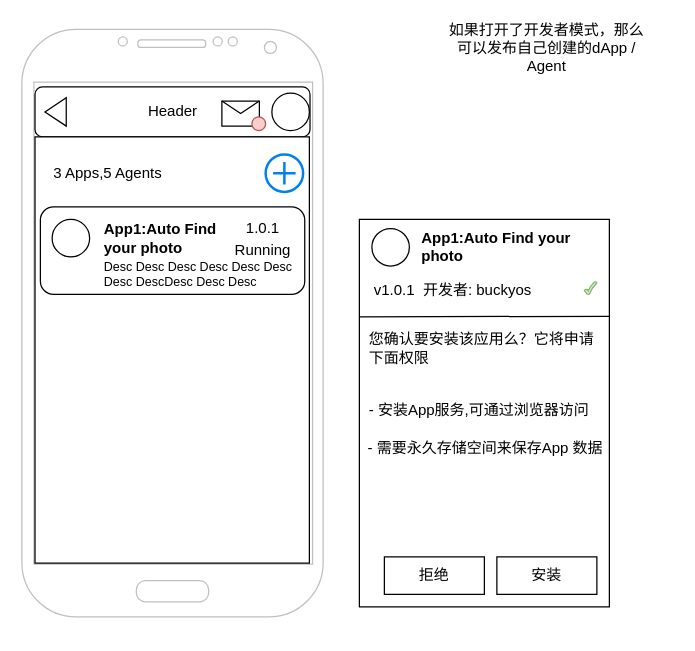
buckyos/buckyos keeps this draw.io diagram as page "dAppList" (6 of 12) of doc/PRD/zone UI.drawio. Above is the earlier version. Source tidied: cells renumbered, new cells numbered last; positions are measured from the earlier drawing's top-left corner, leaving out a move shared by most shapes. Both pictures are drawn from the tidied source at 125%, with x=0, y=0 at pixel (21, 29).
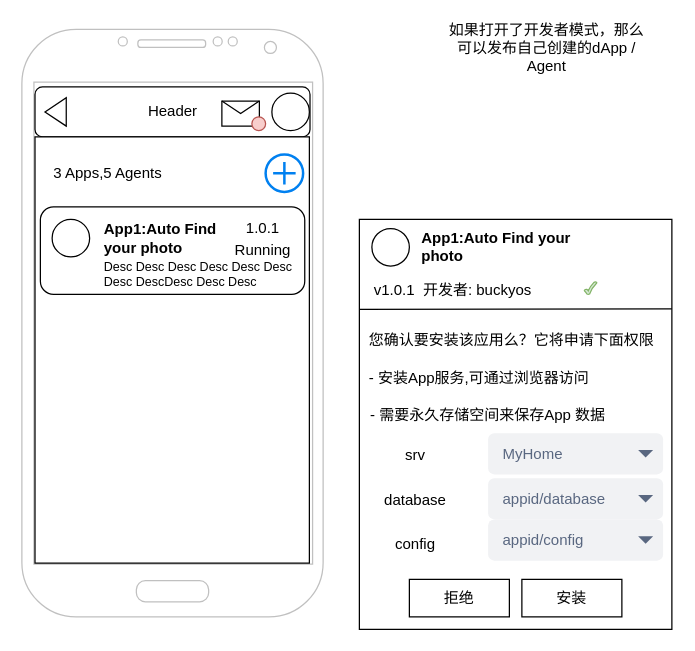
The same diagram, later.

The edit, as a diff of the source:
```diff
@@
     <mxCell id="17" style="rounded=0;whiteSpace=wrap;html=1;" parent="1" vertex="1">
-      <mxGeometry x="270" y="152" width="200" height="310" as="geometry" />
+      <mxGeometry x="270" y="152" width="250" height="328" as="geometry" />
     </mxCell>
@@
-    <mxCell id="21" style="endArrow=none;html=1;rounded=0;entryX=1;entryY=0.25;entryDx=0;entryDy=0;" parent="1" edge="1" target="17">
+    <mxCell id="21" style="endArrow=none;html=1;rounded=0;entryX=1;entryY=0.25;entryDx=0;entryDy=0;" parent="1" edge="1">
       <mxGeometry relative="1" as="geometry">
-        <mxPoint x="270" y="230" as="sourcePoint" />
+        <mxPoint x="270" y="224" as="sourcePoint" />
+        <mxPoint x="520" y="223.5" as="targetPoint" />
       </mxGeometry>
     </mxCell>
     <mxCell id="22" value="您确认要安装该应用么？它将申请下面权限" style="text;html=1;align=left;verticalAlign=middle;whiteSpace=wrap;rounded=0;" parent="1" vertex="1">
-      <mxGeometry x="276" y="240" width="190" height="30" as="geometry" />
+      <mxGeometry x="276" y="234" width="234" height="30" as="geometry" />
     </mxCell>
     <mxCell id="23" value="- 需要永久存储空间来保存App 数据" style="text;html=1;align=center;verticalAlign=middle;whiteSpace=wrap;rounded=0;" parent="1" vertex="1">
-      <mxGeometry x="274" y="320" width="194" height="30" as="geometry" />
+      <mxGeometry x="276" y="294" width="194" height="30" as="geometry" />
     </mxCell>
     <mxCell id="24" value="- 安装App服务,可通过浏览器访问" style="text;html=1;align=left;verticalAlign=middle;whiteSpace=wrap;rounded=0;" parent="1" vertex="1">
-      <mxGeometry x="276" y="290" width="194" height="30" as="geometry" />
+      <mxGeometry x="276" y="264" width="194" height="30" as="geometry" />
     </mxCell>
     <mxCell id="25" value="安装" style="rounded=0;whiteSpace=wrap;html=1;" parent="1" vertex="1">
-      <mxGeometry x="380" y="422" width="80" height="30" as="geometry" />
+      <mxGeometry x="400" y="440" width="80" height="30" as="geometry" />
     </mxCell>
     <mxCell id="26" value="拒绝" style="rounded=0;whiteSpace=wrap;html=1;" parent="1" vertex="1">
-      <mxGeometry x="290" y="422" width="80" height="30" as="geometry" />
+      <mxGeometry x="310" y="440" width="80" height="30" as="geometry" />
     </mxCell>
@@
+    <mxCell id="29" value="srv" style="text;html=1;align=center;verticalAlign=middle;whiteSpace=wrap;rounded=0;" parent="1" vertex="1">
+      <mxGeometry x="285" y="326" width="60" height="30" as="geometry" />
+    </mxCell>
+    <mxCell id="30" value="database" style="text;html=1;align=center;verticalAlign=middle;whiteSpace=wrap;rounded=0;" parent="1" vertex="1">
+      <mxGeometry x="285" y="362" width="60" height="30" as="geometry" />
+    </mxCell>
+    <mxCell id="31" value="config" style="text;html=1;align=center;verticalAlign=middle;whiteSpace=wrap;rounded=0;" parent="1" vertex="1">
+      <mxGeometry x="285" y="397" width="60" height="30" as="geometry" />
+    </mxCell>
+    <mxCell id="32" value="MyHome" style="rounded=1;fillColor=#F1F2F4;strokeColor=none;html=1;whiteSpace=wrap;fontColor=#596780;align=left;fontSize=12;spacingLeft=10;sketch=0;" parent="1" vertex="1">
+      <mxGeometry x="373" y="323" width="140" height="33" as="geometry" />
+    </mxCell>
+    <mxCell id="33" style="shape=triangle;direction=south;fillColor=#596780;strokeColor=none;html=1;sketch=0;" parent="32" vertex="1">
+      <mxGeometry x="1" y="0.5" width="12" height="6" relative="1" as="geometry">
+        <mxPoint x="-20" y="-3" as="offset" />
+      </mxGeometry>
+    </mxCell>
+    <mxCell id="34" value="appid/database" style="rounded=1;fillColor=#F1F2F4;strokeColor=none;html=1;whiteSpace=wrap;fontColor=#596780;align=left;fontSize=12;spacingLeft=10;sketch=0;" parent="1" vertex="1">
+      <mxGeometry x="373" y="359" width="140" height="33" as="geometry" />
+    </mxCell>
+    <mxCell id="35" style="shape=triangle;direction=south;fillColor=#596780;strokeColor=none;html=1;sketch=0;" parent="34" vertex="1">
+      <mxGeometry x="1" y="0.5" width="12" height="6" relative="1" as="geometry">
+        <mxPoint x="-20" y="-3" as="offset" />
+      </mxGeometry>
+    </mxCell>
+    <mxCell id="36" value="appid/config" style="rounded=1;fillColor=#F1F2F4;strokeColor=none;html=1;whiteSpace=wrap;fontColor=#596780;align=left;fontSize=12;spacingLeft=10;sketch=0;" parent="1" vertex="1">
+      <mxGeometry x="373" y="392" width="140" height="33" as="geometry" />
+    </mxCell>
+    <mxCell id="37" style="shape=triangle;direction=south;fillColor=#596780;strokeColor=none;html=1;sketch=0;" parent="36" vertex="1">
+      <mxGeometry x="1" y="0.5" width="12" height="6" relative="1" as="geometry">
+        <mxPoint x="-20" y="-3" as="offset" />
+      </mxGeometry>
+    </mxCell>
```
